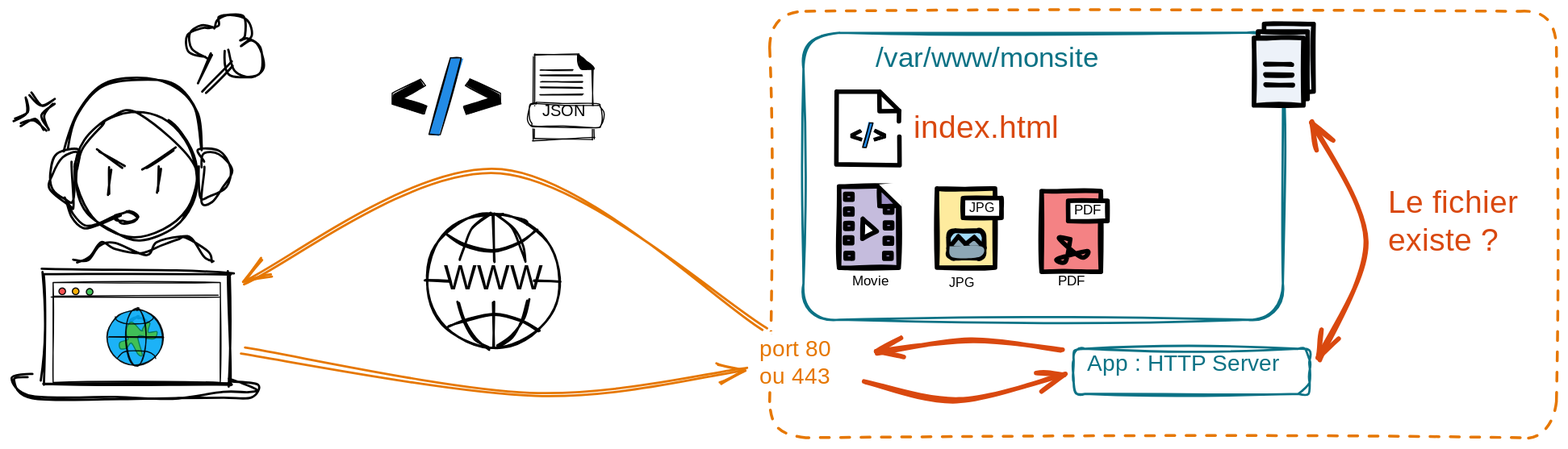
The Excalidraw diagram notebooks/media/site-static.excalidraw.svg in ue22-p25/backend, before a commit. Source tidied: one line per element, renumbered; positions are measured from the earlier drawing's top-left corner, leaving out a move shared by most shapes.
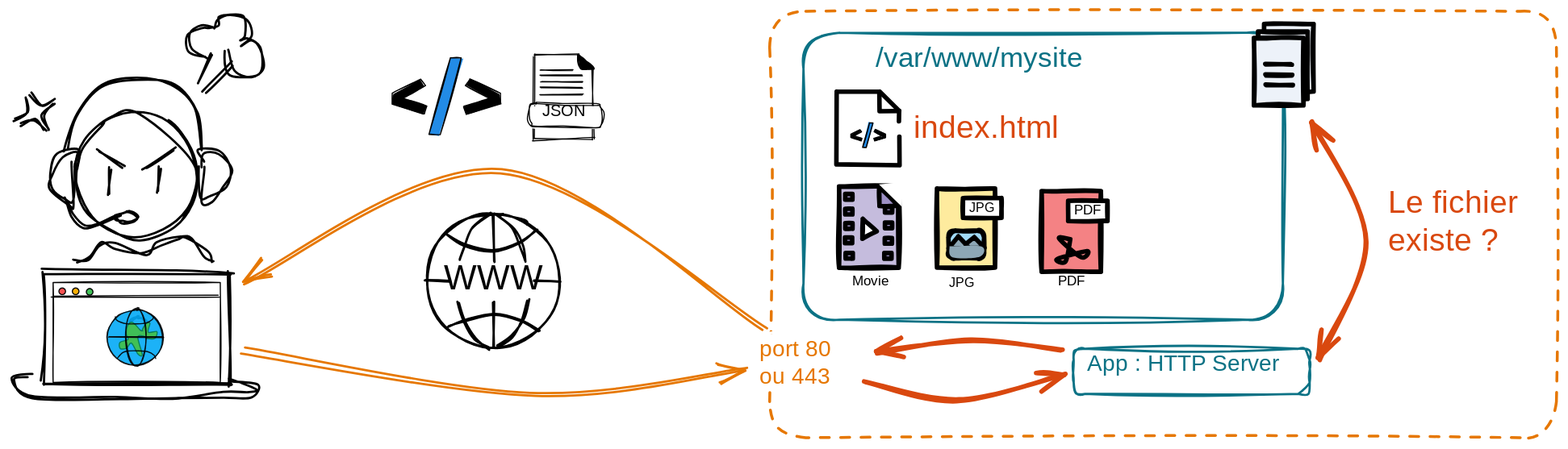
The same file after the commit.

Diff of the diagram source:
```diff
@@ -68,7 +68,7 @@
 {"id": 67, "type": "arrow", "strokeColor": "#d9480f", "angle": 6.27, "backgroundColor": "#ffffff", "fillStyle": "solid", "strokeWidth": 4, "roughness": 1, "endArrowhead": "arrow", "round": true, "from": 96, "to": 105, "x": 754, "y": 327, "width": 179, "height": 22, "points": [[0, 0], [82, 18], [179, -4]]}
 {"id": 68, "type": "arrow", "strokeColor": "#d9480f", "backgroundColor": "#ffffff", "fillStyle": "solid", "strokeWidth": 4, "roughness": 1, "endArrowhead": "arrow", "round": true, "from": 105, "to": 98, "x": 929, "y": 300, "width": 164, "height": 11, "points": [[0, 0], [-81, -8], [-164, 3]]}
 {"id": 69, "type": "rectangle", "strokeColor": "#0b7285", "strokeWidth": 2, "roughness": 2, "round": true, "x": 700, "y": 19, "width": 425, "height": 254}
-{"id": 70, "type": "text", "text": "/var/www/monsite", "strokeColor": "#0b7285", "strokeWidth": 2, "roughness": 2, "fontSize": 25, "fontFamily": 1, "x": 764, "y": 28, "width": 212, "height": 30}
+{"id": 70, "type": "text", "text": "/var/www/mysite", "strokeColor": "#0b7285", "strokeWidth": 2, "roughness": 2, "fontSize": 25, "fontFamily": 1, "x": 764, "y": 28, "width": 198, "height": 30}
 {"id": 71, "type": "line", "strokeColor": "#000", "backgroundColor": "#ff00", "fillStyle": "solid", "strokeWidth": 4, "roughness": 0, "x": 784, "y": 98, "width": 56, "height": 65, "points": [[0, 0], [0, -9], [-17, -26], [-55, -26], [-55, 38], [1, 39], [0, 13]]}
 {"id": 72, "type": "line", "strokeColor": "#000", "backgroundColor": "#ff00", "fillStyle": "solid", "strokeWidth": 4, "roughness": 0, "x": 767, "y": 72, "width": 17, "height": 17, "points": [[0, 0], [0, 17], [17, 16]]}
 {"id": 73, "type": "line", "strokeColor": "#000000", "backgroundColor": "#000000", "fillStyle": "solid", "strokeWidth": 1, "roughness": 1, "x": 750, "y": 105, "width": 10, "height": 10, "points": [[0, 0], [1, 2], [-5, 5], [2, 8], [1, 10], [-8, 7], [-8, 4], [0, 0]]}
```
